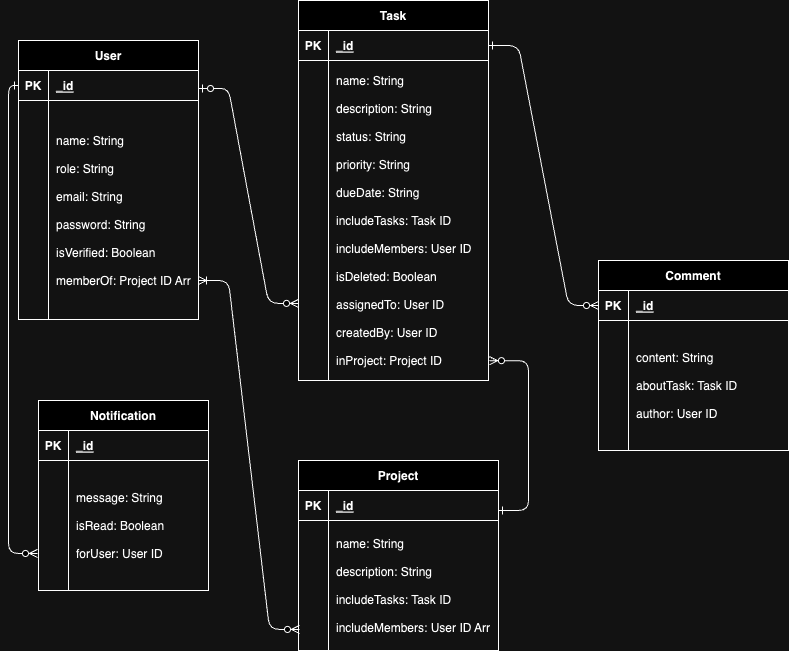
Above: Tasuku-ERD.png in hainx1610/tasuku-project-fe (draw.io), before the change. Source tidied: cells renumbered, new cells last; positions are measured from the earlier drawing's top-left corner, leaving out a move shared by most shapes.
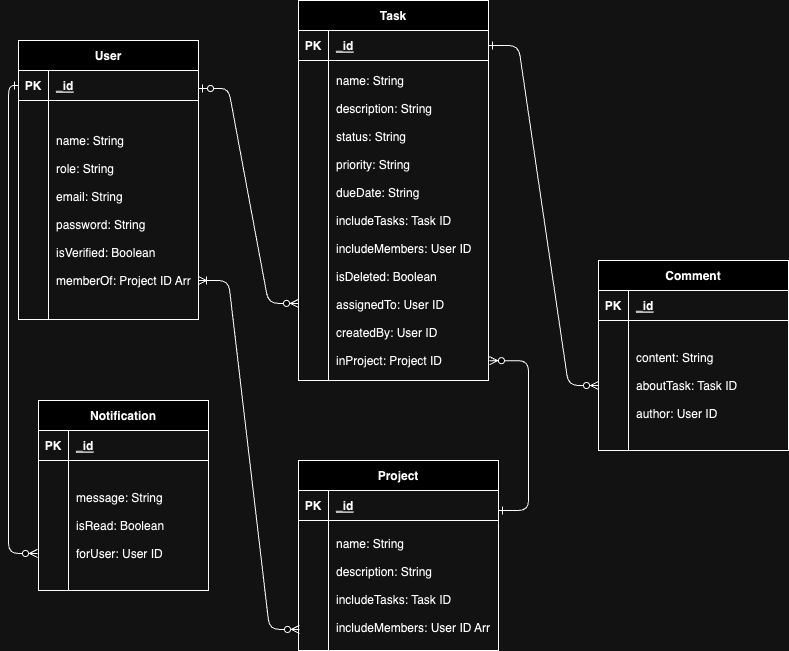
The same file after the commit.

Change to the diagram source:
```diff
@@ -99,7 +99,7 @@
         <mxPoint x="480" y="510" as="sourcePoint" />
       </mxGeometry>
     </mxCell>
-    <mxCell id="32" style="edgeStyle=entityRelationEdgeStyle;endArrow=ERzeroToMany;startArrow=ERone;endFill=1;startFill=0;exitX=1;exitY=0.5;exitDx=0;exitDy=0;entryX=0;entryY=0.5;entryDx=0;entryDy=0;" parent="1" edge="1" source="17" target="10">
+    <mxCell id="32" style="edgeStyle=entityRelationEdgeStyle;endArrow=ERzeroToMany;startArrow=ERone;endFill=1;startFill=0;exitX=1;exitY=0.5;exitDx=0;exitDy=0;entryX=0;entryY=0.5;entryDx=0;entryDy=0;" parent="1" edge="1" source="17" target="13">
       <mxGeometry relative="1" as="geometry" />
     </mxCell>
     <mxCell id="33" style="edgeStyle=entityRelationEdgeStyle;endArrow=ERzeroToMany;startArrow=ERoneToMany;endFill=1;startFill=0;entryX=0.005;entryY=0.838;entryDx=0;entryDy=0;entryPerimeter=0;" parent="1" edge="1" target="38">
```
